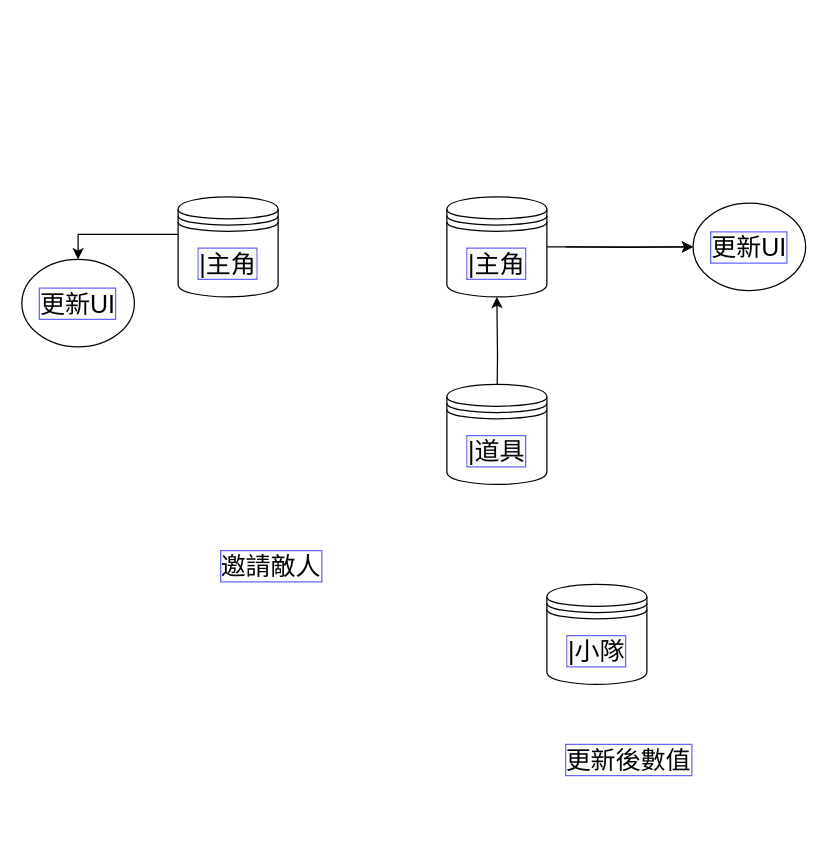
Earlier version of the draw.io diagram Untitled Diagram.drawio (tommygood/WebTest1). Source tidied: cells renumbered, new cells numbered last; positions are measured from the earlier drawing's top-left corner, leaving out a move shared by most shapes. Both pictures are drawn from the tidied source at 125%, with x=0, y=0 at pixel (21, 96).
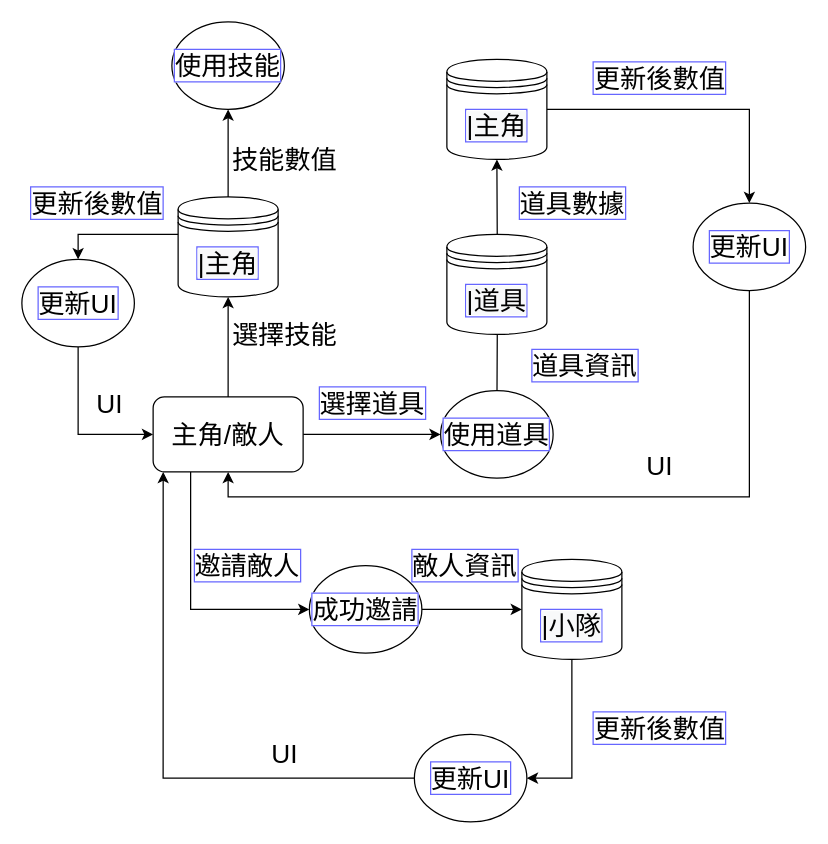
Above is the later version.

The edit, as a diff of the source:
```diff
@@
-    <mxCell id="6" style="edgeStyle=orthogonalEdgeStyle;rounded=0;jettySize=auto;html=1;exitX=0.213;exitY=0.375;exitDx=0;exitDy=0;entryX=0.5;entryY=0;entryDx=0;entryDy=0;fontSize=20;exitPerimeter=0;fontStyle=0;" parent="1" edge="1" source="20" target="12">
+    <mxCell id="6" style="edgeStyle=orthogonalEdgeStyle;rounded=0;jettySize=auto;html=1;exitX=0.213;exitY=0.375;exitDx=0;exitDy=0;entryX=0.5;entryY=0;entryDx=0;entryDy=0;fontSize=21;exitPerimeter=0;fontStyle=0;" parent="1" edge="1" source="20" target="12">
       <mxGeometry relative="1" as="geometry" />
     </mxCell>
@@
-    <mxCell id="8" style="edgeStyle=orthogonalEdgeStyle;rounded=0;orthogonalLoop=1;jettySize=auto;html=1;fontSize=20;entryX=0.5;entryY=0;entryDx=0;entryDy=0;fontStyle=0;" parent="1" edge="1">
+    <mxCell id="8" style="edgeStyle=orthogonalEdgeStyle;rounded=0;orthogonalLoop=1;jettySize=auto;html=1;fontSize=21;entryX=0.5;entryY=0;entryDx=0;entryDy=0;fontStyle=0;" parent="1" edge="1">
       <mxGeometry relative="1" as="geometry">
         <mxPoint x="360" as="sourcePoint" />
         <mxPoint x="360" as="targetPoint" />
       </mxGeometry>
     </mxCell>
@@
+    <mxCell id="24" style="edgeStyle=orthogonalEdgeStyle;rounded=0;jettySize=auto;html=1;exitX=0.5;exitY=1;exitDx=0;exitDy=0;entryX=0;entryY=0.5;entryDx=0;entryDy=0;fontSize=21;" parent="1" edge="1" source="12" target="31">
+      <mxGeometry relative="1" as="geometry" />
+    </mxCell>
-    <mxCell id="12" value="更新UI" style="ellipse;whiteSpace=wrap;html=1;labelBackgroundColor=default;labelBorderColor=#6666FF;fontSize=20;fontStyle=0;" parent="1" vertex="1">
+    <mxCell id="12" value="更新UI" style="ellipse;whiteSpace=wrap;html=1;labelBackgroundColor=default;labelBorderColor=#6666FF;fontSize=21;fontStyle=0;" parent="1" vertex="1">
       <mxGeometry y="130" width="90" height="70" as="geometry" />
     </mxCell>
-    <mxCell id="13" style="edgeStyle=orthogonalEdgeStyle;rounded=0;jettySize=auto;html=1;fontSize=20;entryX=0.5;entryY=1;entryDx=0;entryDy=0;fontStyle=0;" parent="1" edge="1" target="18">
+    <mxCell id="13" style="edgeStyle=orthogonalEdgeStyle;rounded=0;jettySize=auto;html=1;fontSize=21;entryX=0.5;entryY=1;entryDx=0;entryDy=0;fontStyle=0;" parent="1" edge="1" target="18">
       <mxGeometry relative="1" as="geometry">
         <mxPoint x="380" y="255" as="sourcePoint" />
       </mxGeometry>
     </mxCell>
@@
+    <mxCell id="25" style="edgeStyle=orthogonalEdgeStyle;rounded=0;jettySize=auto;html=1;exitX=0.5;exitY=1;exitDx=0;exitDy=0;entryX=0.5;entryY=1;entryDx=0;entryDy=0;fontSize=21;" parent="1" edge="1" source="15" target="31">
+      <mxGeometry relative="1" as="geometry" />
+    </mxCell>
-    <mxCell id="15" value="更新UI" style="ellipse;whiteSpace=wrap;html=1;labelBackgroundColor=default;labelBorderColor=#6666FF;fontSize=20;fontStyle=0;" parent="1" vertex="1">
+    <mxCell id="15" value="更新UI" style="ellipse;whiteSpace=wrap;html=1;labelBackgroundColor=default;labelBorderColor=#6666FF;fontSize=21;fontStyle=0;" parent="1" vertex="1">
       <mxGeometry x="537" y="85" width="90" height="70" as="geometry" />
     </mxCell>
-    <mxCell id="16" style="edgeStyle=orthogonalEdgeStyle;rounded=0;jettySize=auto;html=1;exitX=1;exitY=0.5;exitDx=0;exitDy=0;fontSize=20;fontStyle=0;" parent="1" edge="1" target="15">
-      <mxGeometry relative="1" as="geometry">
-        <mxPoint x="435" y="120" as="sourcePoint" />
-      </mxGeometry>
-    </mxCell>
-    <mxCell id="17" style="edgeStyle=orthogonalEdgeStyle;rounded=0;jettySize=auto;html=1;fontSize=20;fontStyle=0;" parent="1" edge="1" source="18" target="15">
+    <mxCell id="17" style="edgeStyle=orthogonalEdgeStyle;rounded=0;jettySize=auto;html=1;fontSize=21;fontStyle=0;" parent="1" edge="1" source="18" target="15">
       <mxGeometry relative="1" as="geometry" />
     </mxCell>
-    <mxCell id="18" value="&lt;span style=&quot;color: rgb(0, 0, 0); font-family: Helvetica; font-size: 20px; font-style: normal; font-variant-ligatures: normal; font-variant-caps: normal; letter-spacing: normal; orphans: 2; text-align: center; text-indent: 0px; text-transform: none; widows: 2; word-spacing: 0px; -webkit-text-stroke-width: 0px; background-color: rgb(248, 249, 250); text-decoration-thickness: initial; text-decoration-style: initial; text-decoration-color: initial; float: none; display: inline !important;&quot;&gt;|主角&lt;/span&gt;" style="shape=datastore;whiteSpace=wrap;html=1;labelBackgroundColor=default;labelBorderColor=#6666FF;fontSize=20;fontStyle=0;" parent="1" vertex="1">
-      <mxGeometry x="340" y="80" width="80" height="80" as="geometry" />
+    <mxCell id="18" value="&lt;span style=&quot;color: rgb(0, 0, 0); font-family: Helvetica; font-size: 21px; font-style: normal; font-variant-ligatures: normal; font-variant-caps: normal; letter-spacing: normal; orphans: 2; text-align: center; text-indent: 0px; text-transform: none; widows: 2; word-spacing: 0px; -webkit-text-stroke-width: 0px; background-color: rgb(248, 249, 250); text-decoration-thickness: initial; text-decoration-style: initial; text-decoration-color: initial; float: none; display: inline !important;&quot;&gt;|主角&lt;/span&gt;" style="shape=datastore;whiteSpace=wrap;html=1;labelBackgroundColor=default;labelBorderColor=#6666FF;fontSize=21;fontStyle=0;" parent="1" vertex="1">
+      <mxGeometry x="340" y="-30" width="80" height="80" as="geometry" />
     </mxCell>
-    <mxCell id="19" value="&lt;span style=&quot;color: rgb(0, 0, 0); font-family: Helvetica; font-size: 20px; font-style: normal; font-variant-ligatures: normal; font-variant-caps: normal; letter-spacing: normal; orphans: 2; text-align: center; text-indent: 0px; text-transform: none; widows: 2; word-spacing: 0px; -webkit-text-stroke-width: 0px; background-color: rgb(248, 249, 250); text-decoration-thickness: initial; text-decoration-style: initial; text-decoration-color: initial; float: none; display: inline !important;&quot;&gt;|道具&lt;/span&gt;" style="shape=datastore;whiteSpace=wrap;html=1;labelBackgroundColor=default;labelBorderColor=#6666FF;fontSize=20;fontStyle=0;" parent="1" vertex="1">
-      <mxGeometry x="340" y="230" width="80" height="80" as="geometry" />
+    <mxCell id="19" value="&lt;span style=&quot;color: rgb(0, 0, 0); font-family: Helvetica; font-size: 21px; font-style: normal; font-variant-ligatures: normal; font-variant-caps: normal; letter-spacing: normal; orphans: 2; text-align: center; text-indent: 0px; text-transform: none; widows: 2; word-spacing: 0px; -webkit-text-stroke-width: 0px; background-color: rgb(248, 249, 250); text-decoration-thickness: initial; text-decoration-style: initial; text-decoration-color: initial; float: none; display: inline !important;&quot;&gt;|道具&lt;/span&gt;" style="shape=datastore;whiteSpace=wrap;html=1;labelBackgroundColor=default;labelBorderColor=#6666FF;fontSize=21;fontStyle=0;" parent="1" vertex="1">
+      <mxGeometry x="340" y="110" width="80" height="80" as="geometry" />
     </mxCell>
+    <mxCell id="26" style="edgeStyle=orthogonalEdgeStyle;rounded=0;jettySize=auto;html=1;exitX=0.5;exitY=0;exitDx=0;exitDy=0;entryX=0.5;entryY=1;entryDx=0;entryDy=0;fontSize=21;" parent="1" edge="1" source="20" target="34">
+      <mxGeometry relative="1" as="geometry" />
+    </mxCell>
-    <mxCell id="20" value="&lt;span style=&quot;color: rgb(0, 0, 0); font-family: Helvetica; font-size: 20px; font-style: normal; font-variant-ligatures: normal; font-variant-caps: normal; letter-spacing: normal; orphans: 2; text-align: center; text-indent: 0px; text-transform: none; widows: 2; word-spacing: 0px; -webkit-text-stroke-width: 0px; background-color: rgb(248, 249, 250); text-decoration-thickness: initial; text-decoration-style: initial; text-decoration-color: initial; float: none; display: inline !important;&quot;&gt;|主角&lt;/span&gt;" style="shape=datastore;whiteSpace=wrap;html=1;labelBackgroundColor=default;labelBorderColor=#6666FF;fontSize=20;fontStyle=0;" parent="1" vertex="1">
+    <mxCell id="20" value="&lt;span style=&quot;color: rgb(0, 0, 0); font-family: Helvetica; font-size: 21px; font-style: normal; font-variant-ligatures: normal; font-variant-caps: normal; letter-spacing: normal; orphans: 2; text-align: center; text-indent: 0px; text-transform: none; widows: 2; word-spacing: 0px; -webkit-text-stroke-width: 0px; background-color: rgb(248, 249, 250); text-decoration-thickness: initial; text-decoration-style: initial; text-decoration-color: initial; float: none; display: inline !important;&quot;&gt;|主角&lt;/span&gt;" style="shape=datastore;whiteSpace=wrap;html=1;labelBackgroundColor=default;labelBorderColor=#6666FF;fontSize=21;fontStyle=0;" parent="1" vertex="1">
       <mxGeometry x="125" y="80" width="80" height="80" as="geometry" />
     </mxCell>
+    <mxCell id="27" style="edgeStyle=orthogonalEdgeStyle;rounded=0;jettySize=auto;html=1;exitX=0.5;exitY=1;exitDx=0;exitDy=0;entryX=1;entryY=0.5;entryDx=0;entryDy=0;fontSize=21;" parent="1" edge="1" source="21" target="45">
+      <mxGeometry relative="1" as="geometry" />
+    </mxCell>
-    <mxCell id="21" value="&lt;span style=&quot;color: rgb(0, 0, 0); font-family: Helvetica; font-size: 20px; font-style: normal; font-variant-ligatures: normal; font-variant-caps: normal; letter-spacing: normal; orphans: 2; text-align: center; text-indent: 0px; text-transform: none; widows: 2; word-spacing: 0px; -webkit-text-stroke-width: 0px; background-color: rgb(248, 249, 250); text-decoration-thickness: initial; text-decoration-style: initial; text-decoration-color: initial; float: none; display: inline !important;&quot;&gt;|小隊&lt;/span&gt;" style="shape=datastore;whiteSpace=wrap;html=1;labelBackgroundColor=default;labelBorderColor=#6666FF;fontSize=20;fontStyle=0;" parent="1" vertex="1">
-      <mxGeometry x="420" y="390" width="80" height="80" as="geometry" />
+    <mxCell id="21" value="&lt;span style=&quot;color: rgb(0, 0, 0); font-family: Helvetica; font-size: 21px; font-style: normal; font-variant-ligatures: normal; font-variant-caps: normal; letter-spacing: normal; orphans: 2; text-align: center; text-indent: 0px; text-transform: none; widows: 2; word-spacing: 0px; -webkit-text-stroke-width: 0px; background-color: rgb(248, 249, 250); text-decoration-thickness: initial; text-decoration-style: initial; text-decoration-color: initial; float: none; display: inline !important;&quot;&gt;|小隊&lt;/span&gt;" style="shape=datastore;whiteSpace=wrap;html=1;labelBackgroundColor=default;labelBorderColor=#6666FF;fontSize=21;fontStyle=0;" parent="1" vertex="1">
+      <mxGeometry x="400" y="370" width="80" height="80" as="geometry" />
     </mxCell>
-    <mxCell id="22" value="&lt;span style=&quot;font-size: 20px;&quot;&gt;邀請敵人&lt;/span&gt;" style="text;html=1;align=center;verticalAlign=middle;fillColor=none;strokeColor=none;rounded=0;labelBackgroundColor=default;labelBorderColor=#6666FF;rotation=0;fontStyle=0;fontSize=20;" parent="1" vertex="1">
-      <mxGeometry x="149" y="360" width="100" height="30" as="geometry" />
+    <mxCell id="22" value="&lt;span style=&quot;font-size: 21px;&quot;&gt;邀請敵人&lt;/span&gt;" style="text;html=1;align=center;verticalAlign=middle;fillColor=none;strokeColor=none;rounded=0;labelBackgroundColor=default;labelBorderColor=#6666FF;rotation=0;fontStyle=0;fontSize=21;" parent="1" vertex="1">
+      <mxGeometry x="130" y="360" width="100" height="30" as="geometry" />
     </mxCell>
-    <mxCell id="23" value="更新後數值" style="text;html=1;align=center;verticalAlign=middle;fillColor=none;strokeColor=none;rounded=0;labelBackgroundColor=default;labelBorderColor=#6666FF;fontSize=20;fontStyle=0;" parent="1" vertex="1">
-      <mxGeometry x="425" y="515" width="120" height="30" as="geometry" />
+    <mxCell id="23" value="更新後數值" style="text;html=1;align=center;verticalAlign=middle;fillColor=none;strokeColor=none;rounded=0;labelBackgroundColor=default;labelBorderColor=#6666FF;fontSize=21;fontStyle=0;" parent="1" vertex="1">
+      <mxGeometry x="450" y="490" width="120" height="30" as="geometry" />
     </mxCell>
+    <mxCell id="28" style="edgeStyle=orthogonalEdgeStyle;rounded=0;jettySize=auto;html=1;exitX=0.5;exitY=0;exitDx=0;exitDy=0;entryX=0.5;entryY=1;entryDx=0;entryDy=0;fontSize=21;" parent="1" edge="1" source="31" target="20">
+      <mxGeometry relative="1" as="geometry" />
+    </mxCell>
+    <mxCell id="29" style="edgeStyle=orthogonalEdgeStyle;rounded=0;jettySize=auto;html=1;exitX=1;exitY=0.5;exitDx=0;exitDy=0;entryX=0;entryY=0.5;entryDx=0;entryDy=0;fontSize=21;" parent="1" edge="1" source="31" target="37">
+      <mxGeometry relative="1" as="geometry" />
+    </mxCell>
+    <mxCell id="30" style="edgeStyle=orthogonalEdgeStyle;rounded=0;jettySize=auto;html=1;exitX=0.25;exitY=1;exitDx=0;exitDy=0;entryX=0;entryY=0.5;entryDx=0;entryDy=0;fontSize=21;" parent="1" edge="1" source="31" target="42">
+      <mxGeometry relative="1" as="geometry" />
+    </mxCell>
+    <mxCell id="31" value="主角/敵人" style="rounded=1;whiteSpace=wrap;html=1;fontSize=21;" parent="1" vertex="1">
+      <mxGeometry x="105" y="240" width="120" height="60" as="geometry" />
+    </mxCell>
+    <mxCell id="32" value="選擇技能" style="text;html=1;align=center;verticalAlign=middle;fillColor=none;strokeColor=none;rounded=0;fontSize=21;" parent="1" vertex="1">
+      <mxGeometry x="160" y="175" width="100" height="30" as="geometry" />
+    </mxCell>
+    <mxCell id="33" value="更新後數值" style="text;html=1;align=center;verticalAlign=middle;fillColor=none;strokeColor=none;rounded=0;labelBackgroundColor=default;labelBorderColor=#6666FF;fontSize=21;fontStyle=0;" parent="1" vertex="1">
+      <mxGeometry y="70" width="120" height="30" as="geometry" />
+    </mxCell>
+    <mxCell id="34" value="使用技能" style="ellipse;whiteSpace=wrap;html=1;labelBackgroundColor=default;labelBorderColor=#6666FF;fontSize=21;fontStyle=0;" parent="1" vertex="1">
+      <mxGeometry x="120" y="-60" width="90" height="70" as="geometry" />
+    </mxCell>
+    <mxCell id="35" value="技能數值" style="text;html=1;align=center;verticalAlign=middle;fillColor=none;strokeColor=none;rounded=0;fontSize=21;" parent="1" vertex="1">
+      <mxGeometry x="160" y="35" width="100" height="30" as="geometry" />
+    </mxCell>
+    <mxCell id="36" value="選擇道具" style="text;html=1;align=center;verticalAlign=middle;fillColor=none;strokeColor=none;rounded=0;labelBackgroundColor=default;labelBorderColor=#6666FF;rotation=0;fontStyle=0;fontSize=21;" parent="1" vertex="1">
+      <mxGeometry x="230" y="230" width="100" height="30" as="geometry" />
+    </mxCell>
+    <mxCell id="37" value="使用道具" style="ellipse;whiteSpace=wrap;html=1;labelBackgroundColor=default;labelBorderColor=#6666FF;fontSize=21;fontStyle=0;" parent="1" vertex="1">
+      <mxGeometry x="335" y="235" width="90" height="70" as="geometry" />
+    </mxCell>
+    <mxCell id="38" value="道具資訊" style="text;html=1;align=center;verticalAlign=middle;fillColor=none;strokeColor=none;rounded=0;labelBackgroundColor=default;labelBorderColor=#6666FF;rotation=0;fontStyle=0;fontSize=21;" parent="1" vertex="1">
+      <mxGeometry x="400" y="200" width="100" height="30" as="geometry" />
+    </mxCell>
+    <mxCell id="39" value="道具數據" style="text;html=1;align=center;verticalAlign=middle;fillColor=none;strokeColor=none;rounded=0;labelBackgroundColor=default;labelBorderColor=#6666FF;rotation=0;fontStyle=0;fontSize=21;" parent="1" vertex="1">
+      <mxGeometry x="390" y="70" width="100" height="30" as="geometry" />
+    </mxCell>
+    <mxCell id="40" value="更新後數值" style="text;html=1;align=center;verticalAlign=middle;fillColor=none;strokeColor=none;rounded=0;labelBackgroundColor=default;labelBorderColor=#6666FF;fontSize=21;fontStyle=0;" parent="1" vertex="1">
+      <mxGeometry x="450" y="-30" width="120" height="30" as="geometry" />
+    </mxCell>
+    <mxCell id="41" style="edgeStyle=orthogonalEdgeStyle;rounded=0;jettySize=auto;html=1;exitX=1;exitY=0.5;exitDx=0;exitDy=0;entryX=0;entryY=0.5;entryDx=0;entryDy=0;fontSize=21;" parent="1" edge="1" source="42" target="21">
+      <mxGeometry relative="1" as="geometry" />
+    </mxCell>
+    <mxCell id="42" value="成功邀請" style="ellipse;whiteSpace=wrap;html=1;labelBackgroundColor=default;labelBorderColor=#6666FF;fontSize=21;fontStyle=0;" parent="1" vertex="1">
+      <mxGeometry x="230" y="375" width="90" height="70" as="geometry" />
+    </mxCell>
+    <mxCell id="43" value="敵人資訊" style="text;html=1;align=center;verticalAlign=middle;fillColor=none;strokeColor=none;rounded=0;labelBackgroundColor=default;labelBorderColor=#6666FF;rotation=0;fontStyle=0;fontSize=21;" parent="1" vertex="1">
+      <mxGeometry x="304" y="360" width="100" height="30" as="geometry" />
+    </mxCell>
+    <mxCell id="44" style="edgeStyle=orthogonalEdgeStyle;rounded=0;jettySize=auto;html=1;entryX=0.067;entryY=1;entryDx=0;entryDy=0;entryPerimeter=0;fontSize=21;" parent="1" edge="1" source="45" target="31">
+      <mxGeometry relative="1" as="geometry" />
+    </mxCell>
+    <mxCell id="45" value="更新UI" style="ellipse;whiteSpace=wrap;html=1;labelBackgroundColor=default;labelBorderColor=#6666FF;fontSize=21;fontStyle=0;" parent="1" vertex="1">
+      <mxGeometry x="314" y="510" width="90" height="70" as="geometry" />
+    </mxCell>
+    <mxCell id="46" value="UI" style="text;html=1;align=center;verticalAlign=middle;fillColor=none;strokeColor=none;rounded=0;fontSize=21;" parent="1" vertex="1">
+      <mxGeometry x="190" y="510" width="40" height="30" as="geometry" />
+    </mxCell>
+    <mxCell id="47" value="UI" style="text;html=1;align=center;verticalAlign=middle;fillColor=none;strokeColor=none;rounded=0;fontSize=21;" parent="1" vertex="1">
+      <mxGeometry x="50" y="230" width="40" height="30" as="geometry" />
+    </mxCell>
+    <mxCell id="48" value="UI" style="text;html=1;align=center;verticalAlign=middle;fillColor=none;strokeColor=none;rounded=0;fontSize=21;" parent="1" vertex="1">
+      <mxGeometry x="490" y="280" width="40" height="30" as="geometry" />
+    </mxCell>
```
